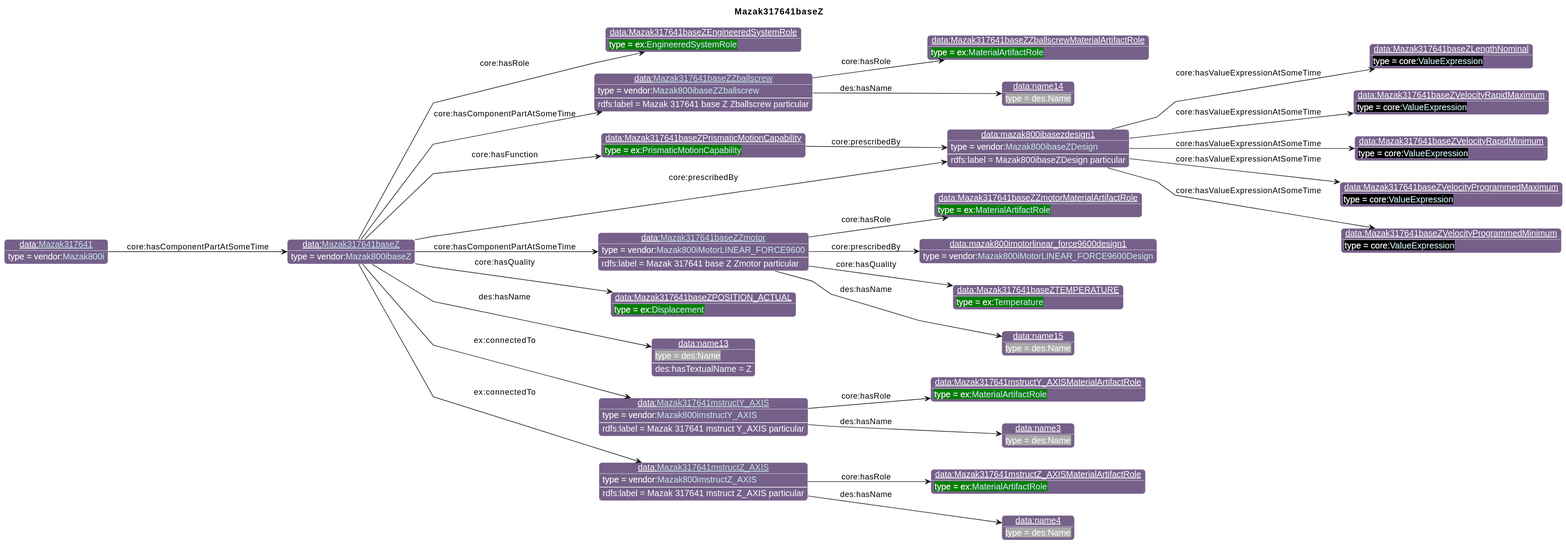
Before: diagrams/Mazak317641baseZ.svg, a diagram exported from PlantUML (iofoundry/example-syseng-mtconnect).
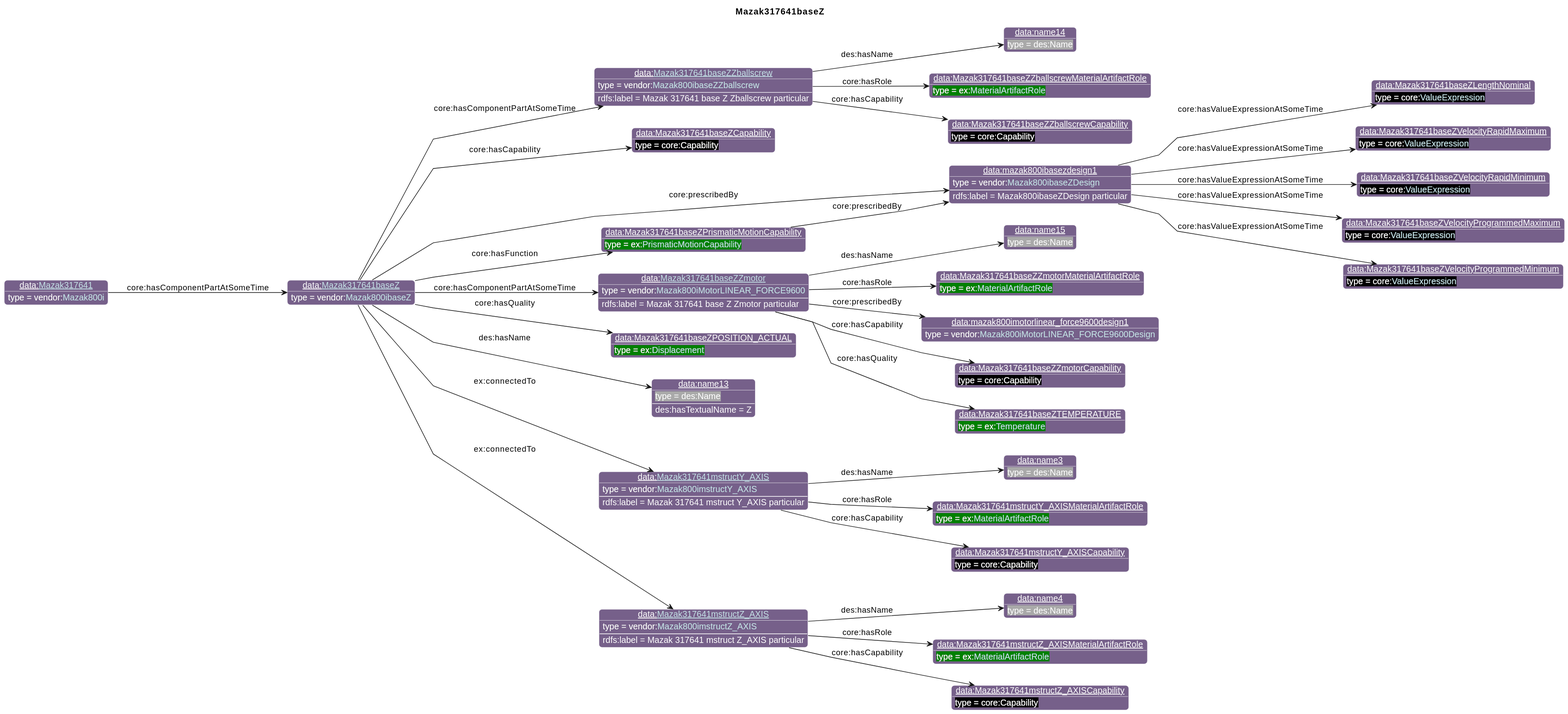
After the change.

Diff of the diagram source:
```diff
@@ -26,61 +26,69 @@
                       "qp":"641B2E"
       }
 individual(o0, data:[[./Mazak317641baseZ.html Mazak317641baseZ]], vendor:[[../Mazak.html#Mazak800ibaseZ Mazak800ibaseZ]])
-individual(o1, data:Mazak317641baseZEngineeredSystemRole, ex:[[../Example.html#EngineeredSystemRole EngineeredSystemRole]])
-individual(o2, data:mazak800ibasezdesign1, vendor:[[../Mazak.html#Mazak800ibaseZDesign Mazak800ibaseZDesign]])
-individual(o3, data:Mazak317641baseZLengthNominal, core:[[https://spec.industrialontologies.org/ontology/core/Core/ValueExpression ValueExpression]])
-individual(o4, data:Mazak317641baseZVelocityRapidMaximum, core:[[https://spec.industrialontologies.org/ontology/core/Core/ValueExpression ValueExpression]])
-individual(o5, data:Mazak317641baseZVelocityRapidMinimum, core:[[https://spec.industrialontologies.org/ontology/core/Core/ValueExpression ValueExpression]])
-individual(o6, data:Mazak317641baseZVelocityProgrammedMaximum, core:[[https://spec.industrialontologies.org/ontology/core/Core/ValueExpression ValueExpression]])
-individual(o7, data:Mazak317641baseZVelocityProgrammedMinimum, core:[[https://spec.industrialontologies.org/ontology/core/Core/ValueExpression ValueExpression]])
+individual(o1, data:mazak800ibasezdesign1, vendor:[[../Mazak.html#Mazak800ibaseZDesign Mazak800ibaseZDesign]])
+individual(o2, data:Mazak317641baseZLengthNominal, core:[[https://spec.industrialontologies.org/ontology/core/Core/ValueExpression ValueExpression]])
+individual(o3, data:Mazak317641baseZVelocityRapidMaximum, core:[[https://spec.industrialontologies.org/ontology/core/Core/ValueExpression ValueExpression]])
+individual(o4, data:Mazak317641baseZVelocityRapidMinimum, core:[[https://spec.industrialontologies.org/ontology/core/Core/ValueExpression ValueExpression]])
+individual(o5, data:Mazak317641baseZVelocityProgrammedMaximum, core:[[https://spec.industrialontologies.org/ontology/core/Core/ValueExpression ValueExpression]])
+individual(o6, data:Mazak317641baseZVelocityProgrammedMinimum, core:[[https://spec.industrialontologies.org/ontology/core/Core/ValueExpression ValueExpression]])
+individual(o7, data:Mazak317641baseZCapability, core:Capability)
 individual(o8, data:[[./Mazak317641baseZZballscrew.html Mazak317641baseZZballscrew]], vendor:[[../Mazak.html#Mazak800ibaseZZballscrew Mazak800ibaseZZballscrew]])
 individual(o9, data:Mazak317641baseZZballscrewMaterialArtifactRole, ex:[[../Example.html#MaterialArtifactRole MaterialArtifactRole]])
-individual(o10, data:name14, des:Name)
-individual(o11, data:[[./Mazak317641baseZZmotor.html Mazak317641baseZZmotor]], vendor:[[../Mazak.html#Mazak800iMotorLINEAR_FORCE9600 Mazak800iMotorLINEAR_FORCE9600]])
-individual(o12, data:Mazak317641baseZZmotorMaterialArtifactRole, ex:[[../Example.html#MaterialArtifactRole MaterialArtifactRole]])
-individual(o13, data:mazak800imotorlinear_force9600design1, vendor:[[../Mazak.html#Mazak800iMotorLINEAR_FORCE9600Design Mazak800iMotorLINEAR_FORCE9600Design]])
-individual(o14, data:Mazak317641baseZTEMPERATURE, ex:[[../Example.html#Temperature Temperature]])
-individual(o15, data:name15, des:Name)
-individual(o16, data:Mazak317641baseZPrismaticMotionCapability, ex:[[../Example.html#PrismaticMotionCapability PrismaticMotionCapability]])
-individual(o17, data:Mazak317641baseZPOSITION_ACTUAL, ex:[[../Example.html#Displacement Displacement]])
-individual(o18, data:name13, des:Name)
-individual(o19, data:[[./Mazak317641mstructY_AXIS.html Mazak317641mstructY_AXIS]], vendor:[[../Mazak.html#Mazak800imstructY_AXIS Mazak800imstructY_AXIS]])
-individual(o20, data:Mazak317641mstructY_AXISMaterialArtifactRole, ex:[[../Example.html#MaterialArtifactRole MaterialArtifactRole]])
-individual(o21, data:name3, des:Name)
-individual(o22, data:[[./Mazak317641mstructZ_AXIS.html Mazak317641mstructZ_AXIS]], vendor:[[../Mazak.html#Mazak800imstructZ_AXIS Mazak800imstructZ_AXIS]])
-individual(o23, data:Mazak317641mstructZ_AXISMaterialArtifactRole, ex:[[../Example.html#MaterialArtifactRole MaterialArtifactRole]])
-individual(o24, data:name4, des:Name)
-individual(o25, data:[[./Mazak317641.html Mazak317641]], vendor:[[../Mazak.html#Mazak800i Mazak800i]])
-property(o0, "core:hasRole", o1)
-property(o0, "core:prescribedBy", o2)
-data(o2, "rdfs:label", "Mazak800ibaseZDesign particular")
-property(o2, "core:hasValueExpressionAtSomeTime", o3)
-property(o2, "core:hasValueExpressionAtSomeTime", o4)
-property(o2, "core:hasValueExpressionAtSomeTime", o5)
-property(o2, "core:hasValueExpressionAtSomeTime", o6)
-property(o2, "core:hasValueExpressionAtSomeTime", o7)
+individual(o10, data:Mazak317641baseZZballscrewCapability, core:Capability)
+individual(o11, data:name14, des:Name)
+individual(o12, data:[[./Mazak317641baseZZmotor.html Mazak317641baseZZmotor]], vendor:[[../Mazak.html#Mazak800iMotorLINEAR_FORCE9600 Mazak800iMotorLINEAR_FORCE9600]])
+individual(o13, data:Mazak317641baseZZmotorMaterialArtifactRole, ex:[[../Example.html#MaterialArtifactRole MaterialArtifactRole]])
+individual(o14, data:mazak800imotorlinear_force9600design1, vendor:[[../Mazak.html#Mazak800iMotorLINEAR_FORCE9600Design Mazak800iMotorLINEAR_FORCE9600Design]])
+individual(o15, data:Mazak317641baseZZmotorCapability, core:Capability)
+individual(o16, data:Mazak317641baseZTEMPERATURE, ex:[[../Example.html#Temperature Temperature]])
+individual(o17, data:name15, des:Name)
+individual(o18, data:Mazak317641baseZPrismaticMotionCapability, ex:[[../Example.html#PrismaticMotionCapability PrismaticMotionCapability]])
+individual(o19, data:Mazak317641baseZPOSITION_ACTUAL, ex:[[../Example.html#Displacement Displacement]])
+individual(o20, data:name13, des:Name)
+individual(o21, data:[[./Mazak317641mstructY_AXIS.html Mazak317641mstructY_AXIS]], vendor:[[../Mazak.html#Mazak800imstructY_AXIS Mazak800imstructY_AXIS]])
+individual(o22, data:Mazak317641mstructY_AXISMaterialArtifactRole, ex:[[../Example.html#MaterialArtifactRole MaterialArtifactRole]])
+individual(o23, data:Mazak317641mstructY_AXISCapability, core:Capability)
+individual(o24, data:name3, des:Name)
+individual(o25, data:[[./Mazak317641mstructZ_AXIS.html Mazak317641mstructZ_AXIS]], vendor:[[../Mazak.html#Mazak800imstructZ_AXIS Mazak800imstructZ_AXIS]])
+individual(o26, data:Mazak317641mstructZ_AXISMaterialArtifactRole, ex:[[../Example.html#MaterialArtifactRole MaterialArtifactRole]])
+individual(o27, data:Mazak317641mstructZ_AXISCapability, core:Capability)
+individual(o28, data:name4, des:Name)
+individual(o29, data:[[./Mazak317641.html Mazak317641]], vendor:[[../Mazak.html#Mazak800i Mazak800i]])
+property(o0, "core:prescribedBy", o1)
+data(o1, "rdfs:label", "Mazak800ibaseZDesign particular")
+property(o1, "core:hasValueExpressionAtSomeTime", o2)
+property(o1, "core:hasValueExpressionAtSomeTime", o3)
+property(o1, "core:hasValueExpressionAtSomeTime", o4)
+property(o1, "core:hasValueExpressionAtSomeTime", o5)
+property(o1, "core:hasValueExpressionAtSomeTime", o6)
+property(o0, "core:hasCapability", o7)
 property(o0, "core:hasComponentPartAtSomeTime", o8)
 data(o8, "rdfs:label", "Mazak 317641 base Z Zballscrew particular")
 property(o8, "core:hasRole", o9)
-property(o8, "des:hasName", o10)
-property(o0, "core:hasComponentPartAtSomeTime", o11)
-data(o11, "rdfs:label", "Mazak 317641 base Z Zmotor particular")
-property(o11, "core:hasRole", o12)
-property(o11, "core:prescribedBy", o13)
-property(o11, "core:hasQuality", o14)
-property(o11, "des:hasName", o15)
-property(o0, "core:hasFunction", o16)
-property(o16, "core:prescribedBy", o2)
-property(o0, "core:hasQuality", o17)
-property(o0, "des:hasName", o18)
-data(o18, "des:hasTextualName", "Z")
-property(o0, "ex:connectedTo", o19)
-data(o19, "rdfs:label", "Mazak 317641 mstruct Y_AXIS particular")
-property(o19, "core:hasRole", o20)
-property(o19, "des:hasName", o21)
-property(o0, "ex:connectedTo", o22)
-data(o22, "rdfs:label", "Mazak 317641 mstruct Z_AXIS particular")
-property(o22, "core:hasRole", o23)
-property(o22, "des:hasName", o24)
-property(o25, "core:hasComponentPartAtSomeTime", o0)
+property(o8, "core:hasCapability", o10)
+property(o8, "des:hasName", o11)
+property(o0, "core:hasComponentPartAtSomeTime", o12)
+data(o12, "rdfs:label", "Mazak 317641 base Z Zmotor particular")
+property(o12, "core:hasRole", o13)
+property(o12, "core:prescribedBy", o14)
+property(o12, "core:hasCapability", o15)
+property(o12, "core:hasQuality", o16)
+property(o12, "des:hasName", o17)
+property(o0, "core:hasFunction", o18)
+property(o18, "core:prescribedBy", o1)
+property(o0, "core:hasQuality", o19)
+property(o0, "des:hasName", o20)
+data(o20, "des:hasTextualName", "Z")
+property(o0, "ex:connectedTo", o21)
+data(o21, "rdfs:label", "Mazak 317641 mstruct Y_AXIS particular")
+property(o21, "core:hasRole", o22)
+property(o21, "core:hasCapability", o23)
+property(o21, "des:hasName", o24)
+property(o0, "ex:connectedTo", o25)
+data(o25, "rdfs:label", "Mazak 317641 mstruct Z_AXIS particular")
+property(o25, "core:hasRole", o26)
+property(o25, "core:hasCapability", o27)
+property(o25, "des:hasName", o28)
+property(o29, "core:hasComponentPartAtSomeTime", o0)
 @enduml
```
